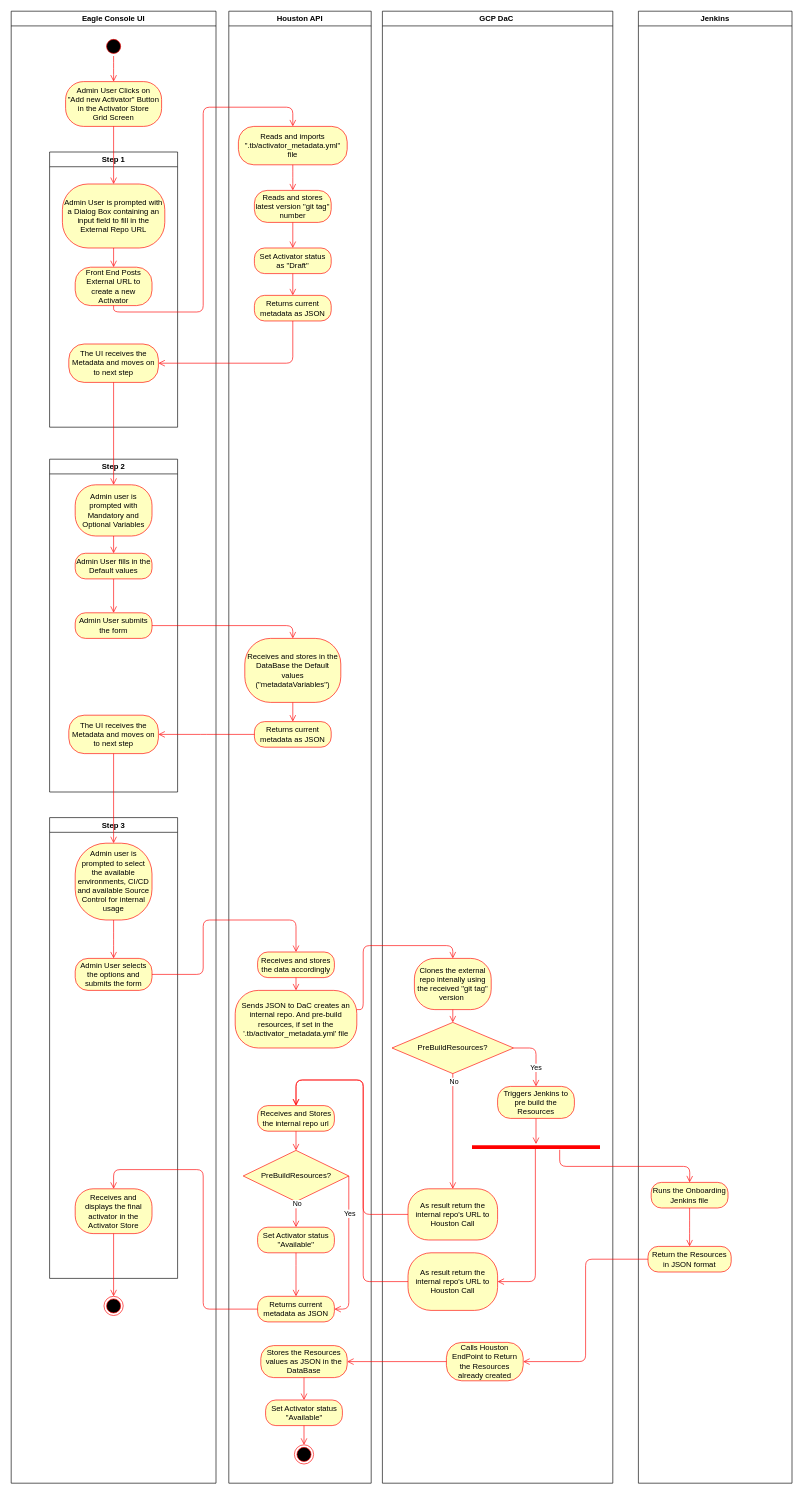
Above: docs/activator_onboarding.drawio in tranquilitybase-io/TranquilityBase (draw.io), before the change. Source tidied: cells renumbered, new cells numbered last; positions are measured from the earlier drawing's top-left corner, leaving out a move shared by most shapes. Both pictures are drawn from the tidied source at 64%, with x=0, y=0 at pixel (11, 11).
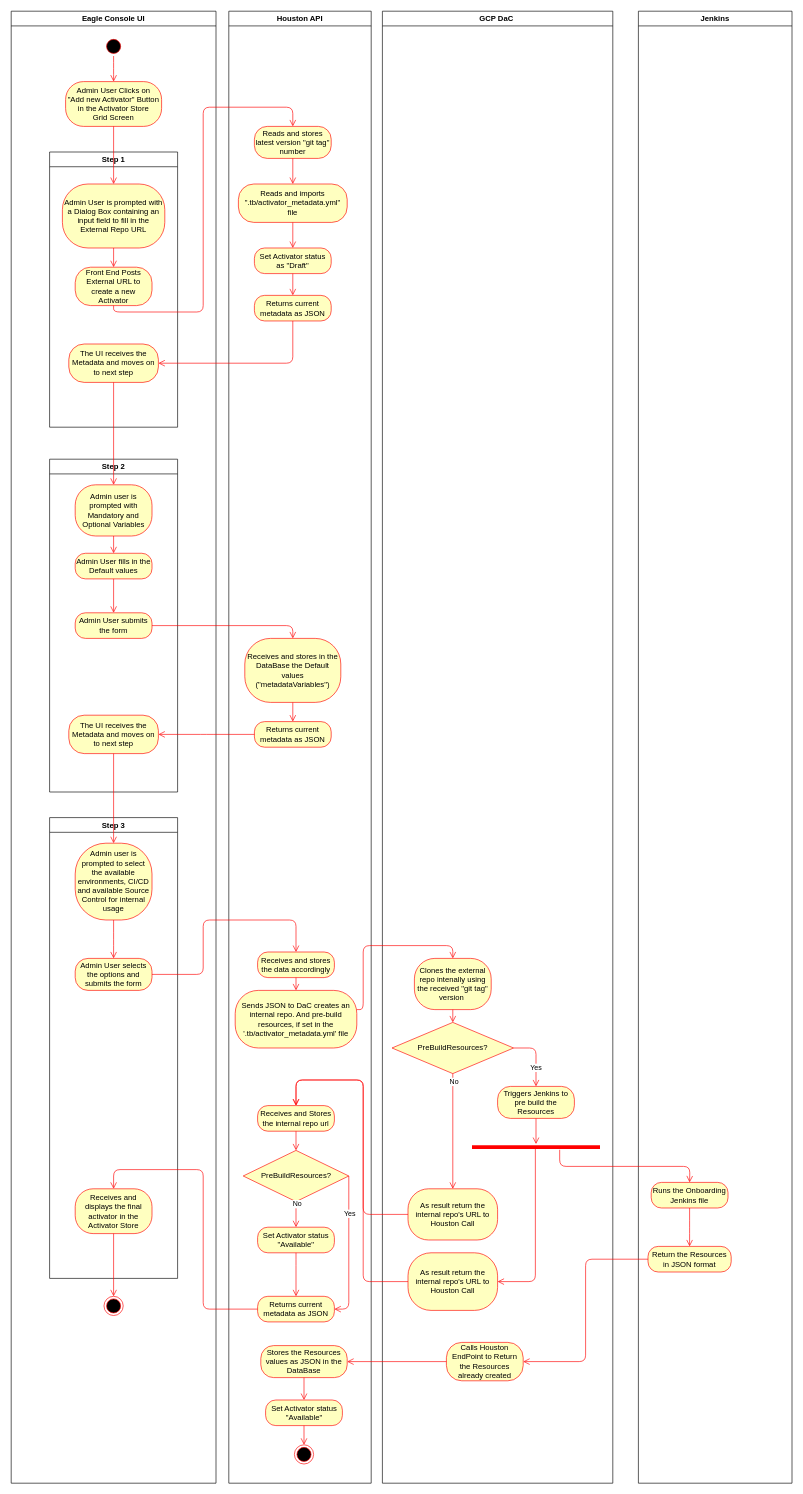
The same diagram, later.

Commit message (it also covers changes not shown here):
Docs activator Onboarding - Reordering tag read

Unchanged cells that the change refers to:
```xml
<mxCell id="25" value="Houston API" style="swimlane;" parent="1" vertex="1">
  <mxGeometry x="340" width="222.5" height="2300" as="geometry" />
</mxCell>
<mxCell id="42" value="Set Activator status as &quot;Draft&quot;" style="rounded=1;whiteSpace=wrap;html=1;arcSize=40;fontColor=#000000;fillColor=#ffffc0;strokeColor=#ff0000;" parent="25" vertex="1">
  <mxGeometry x="40" y="370" width="120" height="40" as="geometry" />
</mxCell>
<mxCell id="69" value="Front End Posts External URL to create a new Activator" style="rounded=1;whiteSpace=wrap;html=1;arcSize=40;fontColor=#000000;fillColor=#ffffc0;strokeColor=#ff0000;" parent="1" vertex="1">
  <mxGeometry x="100" y="400" width="120" height="60" as="geometry" />
</mxCell>
```

The edit, as a diff of the source:
```diff
@@
-    <mxCell id="26" value="Reads and imports &quot;.tb/activator_metadata.yml&quot;&lt;br&gt;file" style="rounded=1;whiteSpace=wrap;html=1;arcSize=40;fontColor=#000000;fillColor=#ffffc0;strokeColor=#ff0000;" parent="25" vertex="1">
-      <mxGeometry x="15" y="180" width="170" height="60" as="geometry" />
-    </mxCell>
     <mxCell id="27" value="Reads and stores latest version &quot;git tag&quot; number" style="rounded=1;whiteSpace=wrap;html=1;arcSize=40;fontColor=#000000;fillColor=#ffffc0;strokeColor=#ff0000;" parent="25" vertex="1">
-      <mxGeometry x="40" y="280" width="120" height="50" as="geometry" />
+      <mxGeometry x="40" y="180" width="120" height="50" as="geometry" />
     </mxCell>
-    <mxCell id="28" style="edgeStyle=orthogonalEdgeStyle;html=1;verticalAlign=bottom;endArrow=open;endSize=8;strokeColor=#ff0000;exitX=0.5;exitY=1;exitDx=0;exitDy=0;" parent="25" edge="1" source="26">
-      <mxGeometry relative="1" as="geometry">
-        <mxPoint x="100" y="280" as="targetPoint" />
-      </mxGeometry>
+    <mxCell id="28" style="edgeStyle=orthogonalEdgeStyle;html=1;verticalAlign=bottom;endArrow=open;endSize=8;strokeColor=#ff0000;exitX=0.5;exitY=1;exitDx=0;exitDy=0;entryX=0.5;entryY=0;entryDx=0;entryDy=0;" parent="25" edge="1" source="27" target="26">
+      <mxGeometry relative="1" as="geometry" />
     </mxCell>
@@
-    <mxCell id="43" style="edgeStyle=orthogonalEdgeStyle;html=1;verticalAlign=bottom;endArrow=open;endSize=8;strokeColor=#ff0000;exitX=0.5;exitY=1;exitDx=0;exitDy=0;" parent="25" edge="1" source="27" target="42">
-      <mxGeometry relative="1" as="geometry" />
-    </mxCell>
@@
+    <mxCell id="26" value="Reads and imports &quot;.tb/activator_metadata.yml&quot;&lt;br&gt;file" style="rounded=1;whiteSpace=wrap;html=1;arcSize=40;fontColor=#000000;fillColor=#ffffc0;strokeColor=#ff0000;" parent="25" vertex="1">
+      <mxGeometry x="15" y="270" width="170" height="60" as="geometry" />
+    </mxCell>
+    <mxCell id="43" style="edgeStyle=orthogonalEdgeStyle;html=1;verticalAlign=bottom;endArrow=open;endSize=8;strokeColor=#ff0000;exitX=0.5;exitY=1;exitDx=0;exitDy=0;" parent="25" edge="1" source="26" target="42">
+      <mxGeometry relative="1" as="geometry" />
+    </mxCell>
@@
-    <mxCell id="71" style="edgeStyle=orthogonalEdgeStyle;html=1;verticalAlign=bottom;endArrow=open;endSize=8;strokeColor=#ff0000;entryX=0.5;entryY=0;entryDx=0;entryDy=0;exitX=0.5;exitY=1;exitDx=0;exitDy=0;" parent="1" edge="1" source="69" target="26">
+    <mxCell id="71" style="edgeStyle=orthogonalEdgeStyle;html=1;verticalAlign=bottom;endArrow=open;endSize=8;strokeColor=#ff0000;entryX=0.5;entryY=0;entryDx=0;entryDy=0;exitX=0.5;exitY=1;exitDx=0;exitDy=0;" parent="1" edge="1" source="69">
       <mxGeometry relative="1" as="geometry">
+        <mxPoint x="440" y="180" as="targetPoint" />
         <Array as="points">
           <mxPoint x="160" y="470" />
           <mxPoint x="300" y="470" />
           <mxPoint x="300" y="150" />
           <mxPoint x="440" y="150" />
         </Array>
       </mxGeometry>
     </mxCell>
```
